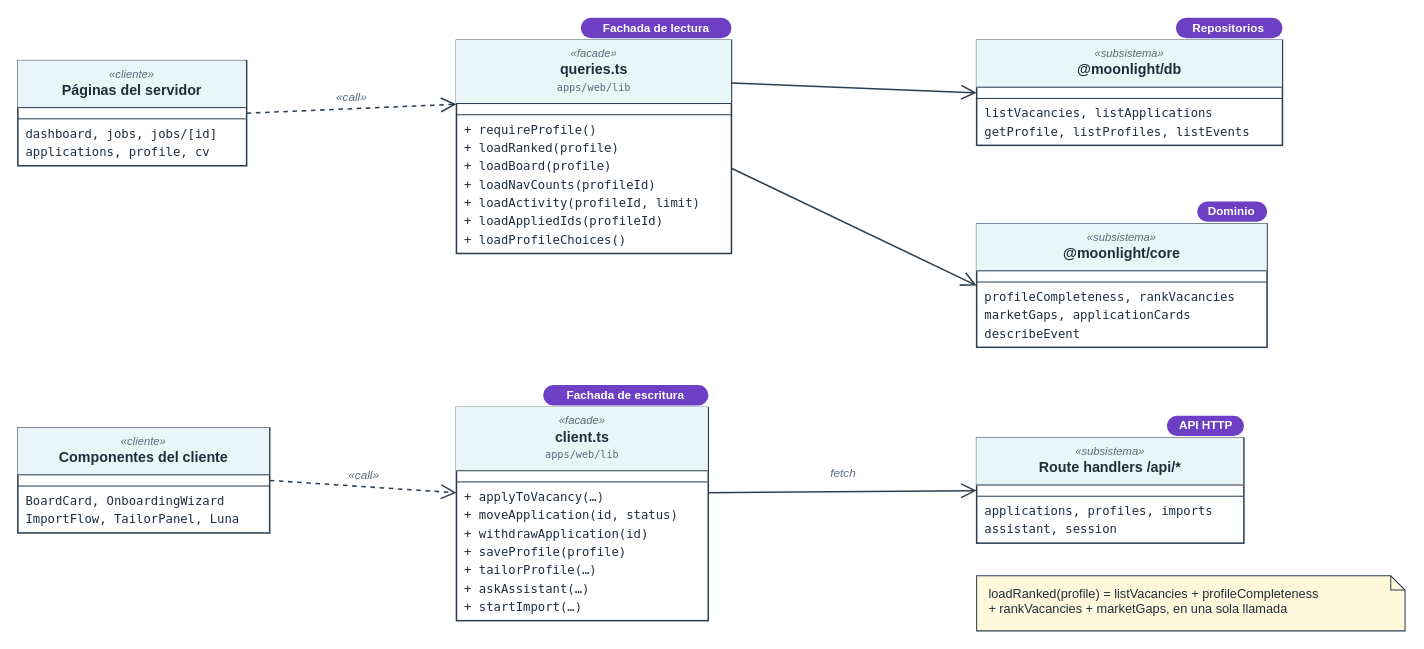
pablomanjarres/Magneto keeps this draw.io diagram as docs/diagrams/6-facade.drawio. Above is the earlier version. Source tidied: cells renumbered, new cells numbered last; positions are measured from the earlier drawing's top-left corner, leaving out a move shared by most shapes. Both pictures are drawn from the tidied source at 102%, with x=0, y=0 at pixel (17, 17).
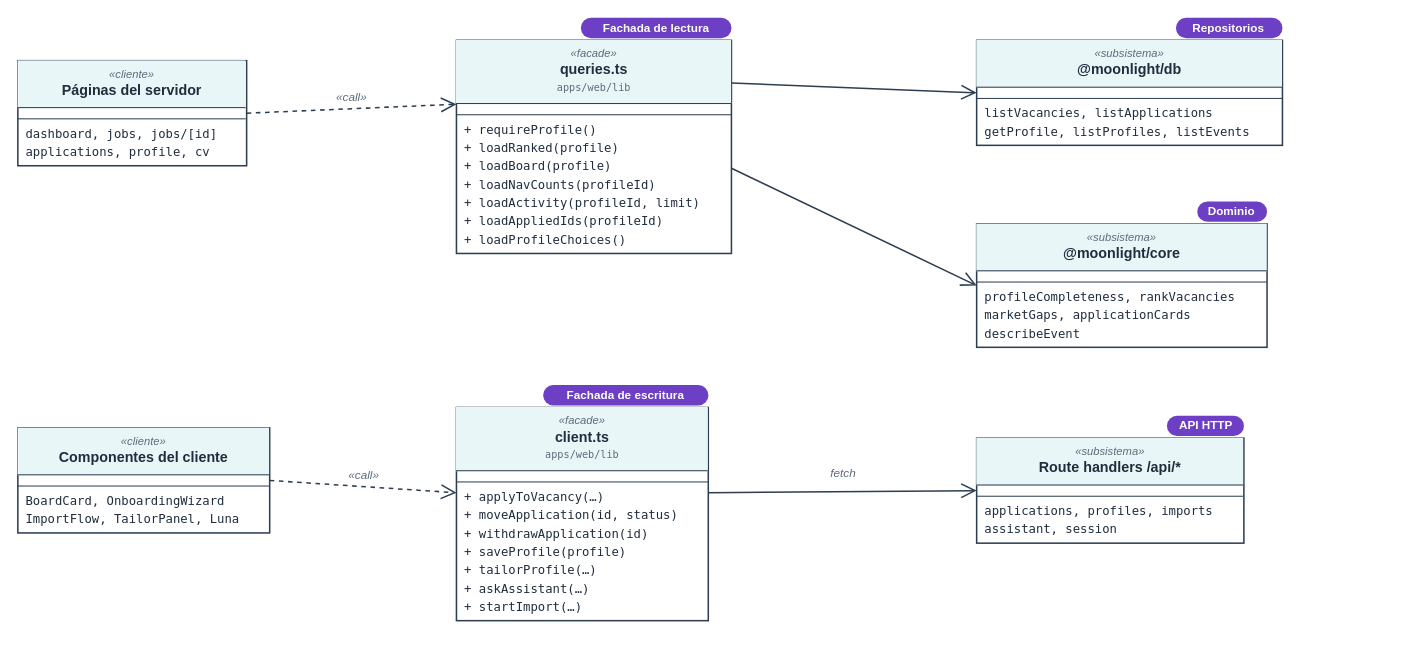
The same page after the edit.

Commit message (it also covers changes not shown here):
docs(diagrams): drop the notes from the Repository, Facade and State diagrams

Change to the diagram source:
```diff
@@
-    <mxCell id="22" value="loadRanked(profile) = listVacancies + profileCompleteness&lt;br&gt;+ rankVacancies + marketGaps, en una sola llamada" style="shape=note;size=14;whiteSpace=wrap;html=1;align=left;verticalAlign=top;spacingLeft=10;spacingTop=4;fillColor=#fff8db;strokeColor=#2c3e50;fontColor=#1f2d3d;fontSize=12.5;" parent="1" vertex="1">
-      <mxGeometry x="940" y="547" width="420" height="54" as="geometry" />
-    </mxCell>
```
